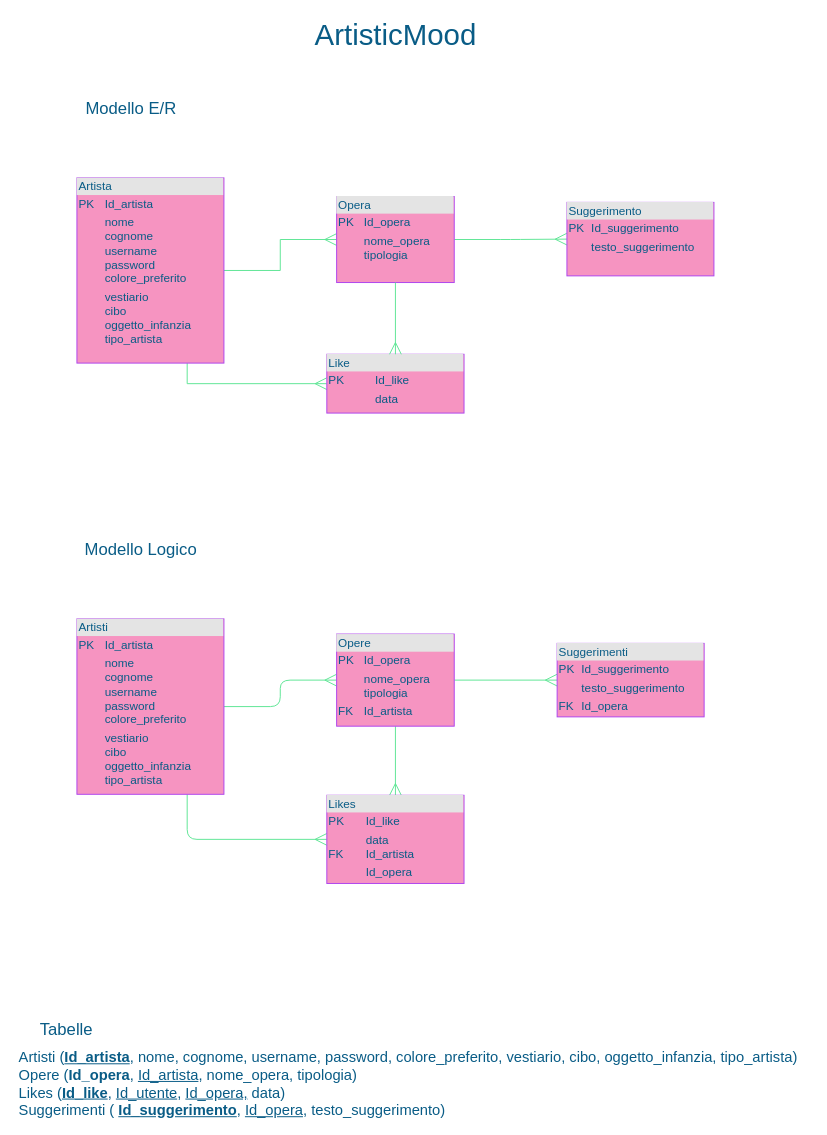
Above: ArtisticMood.drawio in ChiaraGismondi02/ArtisticMood (draw.io), before the change. Source tidied: cells renumbered, new cells numbered last; positions are measured from the earlier drawing's top-left corner, leaving out a move shared by most shapes. Both pictures are drawn from the tidied source at 98%, with x=0, y=0 at pixel (17, 20).
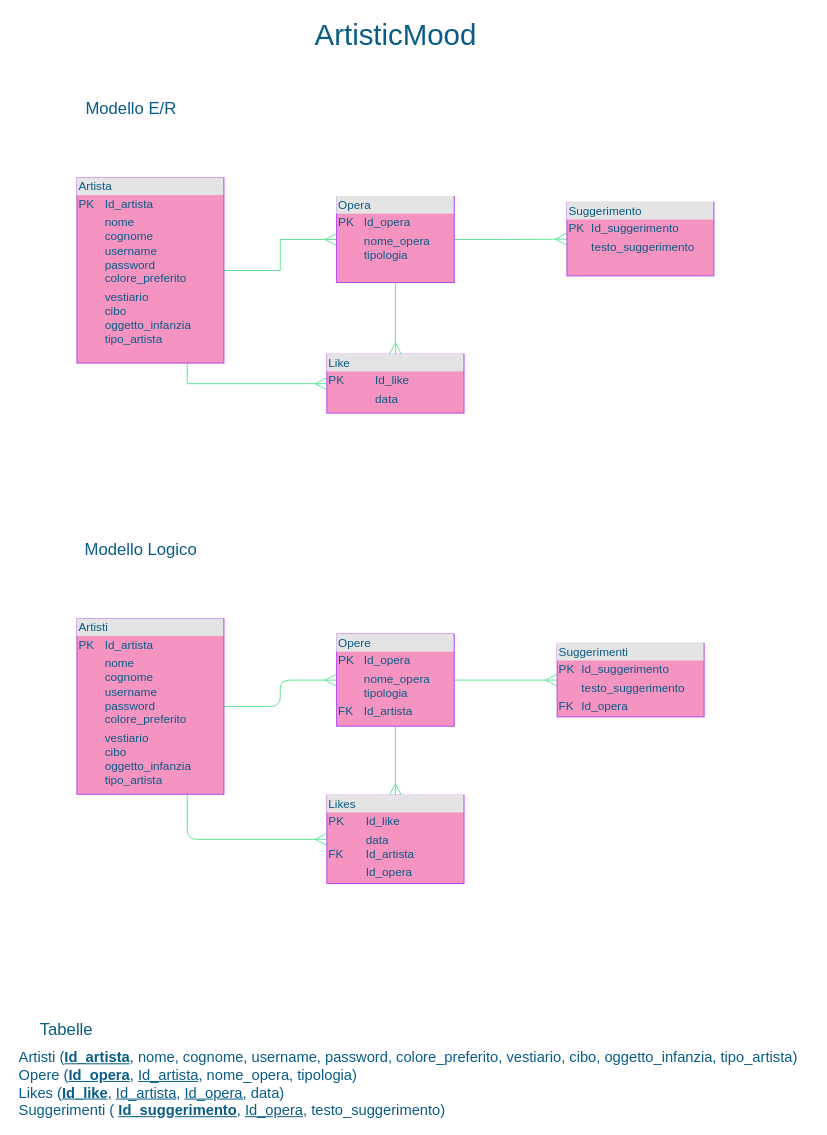
The same diagram, later.

The edit, as a diff of the source:
```diff
@@
-    <mxCell id="20" value="&lt;font style=&quot;font-size: 15px&quot;&gt;Artisti (&lt;u&gt;&lt;b&gt;Id_artista&lt;/b&gt;&lt;/u&gt;, nome, cognome, username, password, colore_preferito, vestiario, cibo, oggetto_infanzia, tipo_artista)&lt;br&gt;Opere (&lt;b&gt;Id_opera&lt;/b&gt;, &lt;u&gt;Id_artista&lt;/u&gt;, nome_opera, tipologia)&lt;br&gt;Likes (&lt;u&gt;&lt;b&gt;Id_like&lt;/b&gt;&lt;/u&gt;, &lt;u&gt;Id_utente&lt;/u&gt;, &lt;u&gt;Id_opera,&lt;/u&gt; data)&lt;br&gt;Suggerimenti ( &lt;u&gt;&lt;b&gt;Id_suggerimento&lt;/b&gt;&lt;/u&gt;, &lt;u&gt;Id_opera&lt;/u&gt;, testo_suggerimento)&lt;/font&gt;" style="text;html=1;align=left;verticalAlign=middle;fillColor=none;strokeColor=none;rounded=0;sketch=0;fontColor=#095C86;" parent="1" vertex="1">
+    <mxCell id="20" value="&lt;font style=&quot;font-size: 15px&quot;&gt;Artisti (&lt;u&gt;&lt;b&gt;Id_artista&lt;/b&gt;&lt;/u&gt;, nome, cognome, username, password, colore_preferito, vestiario, cibo, oggetto_infanzia, tipo_artista)&lt;br&gt;Opere (&lt;b&gt;&lt;u&gt;Id_opera&lt;/u&gt;&lt;/b&gt;, &lt;u&gt;Id_artista&lt;/u&gt;, nome_opera, tipologia)&lt;br&gt;Likes (&lt;u&gt;&lt;b&gt;Id_like&lt;/b&gt;&lt;/u&gt;, &lt;u&gt;Id_artista&lt;/u&gt;, &lt;u&gt;Id_opera,&lt;/u&gt; data)&lt;br&gt;Suggerimenti ( &lt;u&gt;&lt;b&gt;Id_suggerimento&lt;/b&gt;&lt;/u&gt;, &lt;u&gt;Id_opera&lt;/u&gt;, testo_suggerimento)&lt;/font&gt;" style="text;html=1;align=left;verticalAlign=middle;fillColor=none;strokeColor=none;rounded=0;sketch=0;fontColor=#095C86;" parent="1" vertex="1">
       <mxGeometry y="1050" width="810" height="70" as="geometry" />
     </mxCell>
```
